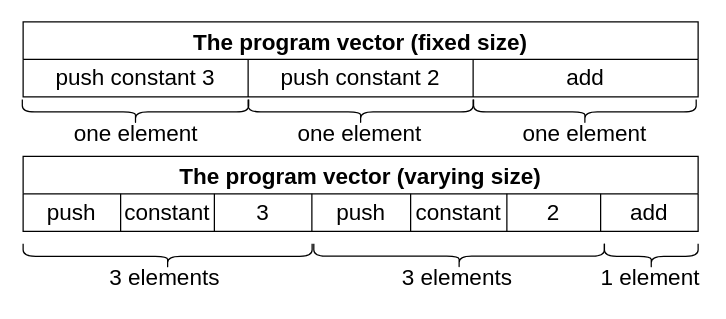
This is thesis/fig/instruction-size.drawio from Funkschy/nand-to-browser, a draw.io file, before an edit. Source tidied: cells renumbered, new cells numbered last; positions are measured from the earlier drawing's top-left corner, leaving out a move shared by most shapes. Both pictures are drawn from the tidied source at 125%, with x=0, y=0 at pixel (22, -2).
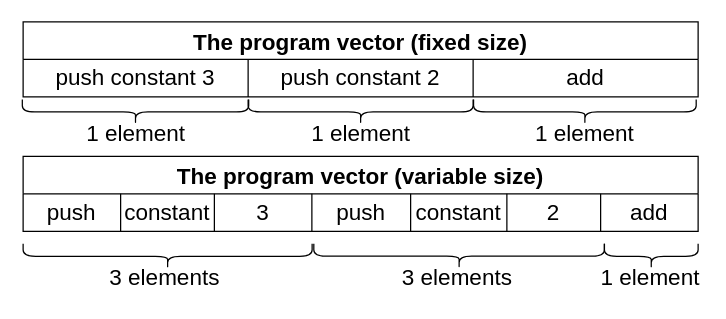
The same diagram, later.

The edit, as a diff of the source:
```diff
@@
-    <mxCell id="7" value="The program vector (varying size)" style="shape=table;startSize=30;childLayout=tableLayout;fontStyle=1;align=center;fontSize=18;" parent="1" vertex="1">
+    <mxCell id="7" value="The program vector (variable size)" style="shape=table;startSize=30;childLayout=tableLayout;fontStyle=1;align=center;fontSize=18;" parent="1" vertex="1">
       <mxGeometry y="126.5" width="540" height="60" as="geometry" />
     </mxCell>
@@
-    <mxCell id="23" value="one element" style="text;html=1;strokeColor=none;fillColor=none;align=center;verticalAlign=middle;whiteSpace=wrap;rounded=0;fontSize=18;" parent="1" vertex="1">
-      <mxGeometry x="28.8" y="93.5" width="122.5" height="30" as="geometry" />
+    <mxCell id="23" value="1 element" style="text;html=1;strokeColor=none;fillColor=none;align=center;verticalAlign=middle;whiteSpace=wrap;rounded=0;fontSize=18;" parent="1" vertex="1">
+      <mxGeometry x="28.7" y="93.5" width="122.5" height="30" as="geometry" />
     </mxCell>
@@
-    <mxCell id="25" value="one element" style="text;html=1;strokeColor=none;fillColor=none;align=center;verticalAlign=middle;whiteSpace=wrap;rounded=0;fontSize=18;" parent="1" vertex="1">
-      <mxGeometry x="208.1" y="93.5" width="122.5" height="30" as="geometry" />
+    <mxCell id="25" value="1 element" style="text;html=1;strokeColor=none;fillColor=none;align=center;verticalAlign=middle;whiteSpace=wrap;rounded=0;fontSize=18;" parent="1" vertex="1">
+      <mxGeometry x="208.8" y="93.5" width="122.5" height="30" as="geometry" />
     </mxCell>
@@
-    <mxCell id="27" value="one element" style="text;html=1;strokeColor=none;fillColor=none;align=center;verticalAlign=middle;whiteSpace=wrap;rounded=0;fontSize=18;" parent="1" vertex="1">
+    <mxCell id="27" value="1 element" style="text;html=1;strokeColor=none;fillColor=none;align=center;verticalAlign=middle;whiteSpace=wrap;rounded=0;fontSize=18;" parent="1" vertex="1">
       <mxGeometry x="388.1" y="93.5" width="122.5" height="30" as="geometry" />
     </mxCell>
```
